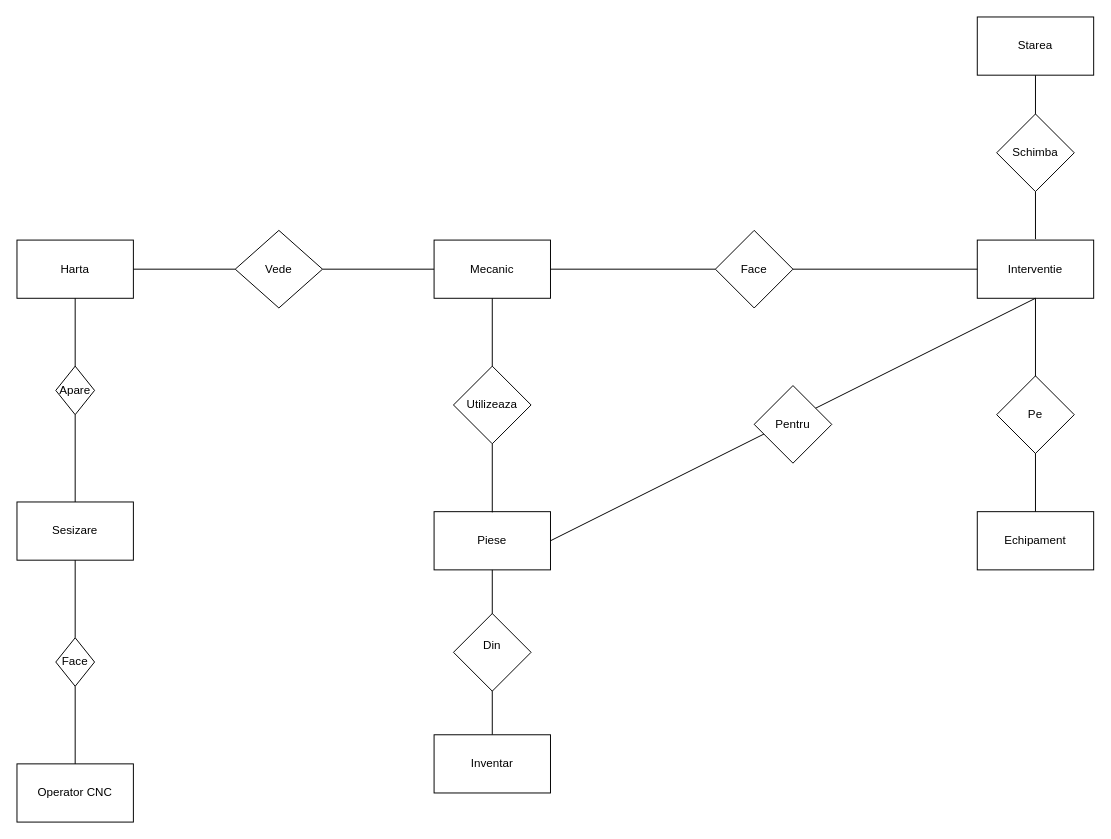
Before: diagrame/draw.io/Diagrama_ER.drawio in nerea-mihut/ingineria_programelor_proiect, a draw.io diagram. Source tidied: cells renumbered, new cells numbered last; positions are measured from the earlier drawing's top-left corner, leaving out a move shared by most shapes. Both pictures are drawn from the tidied source at 97%, with x=0, y=0 at pixel (16, 16).
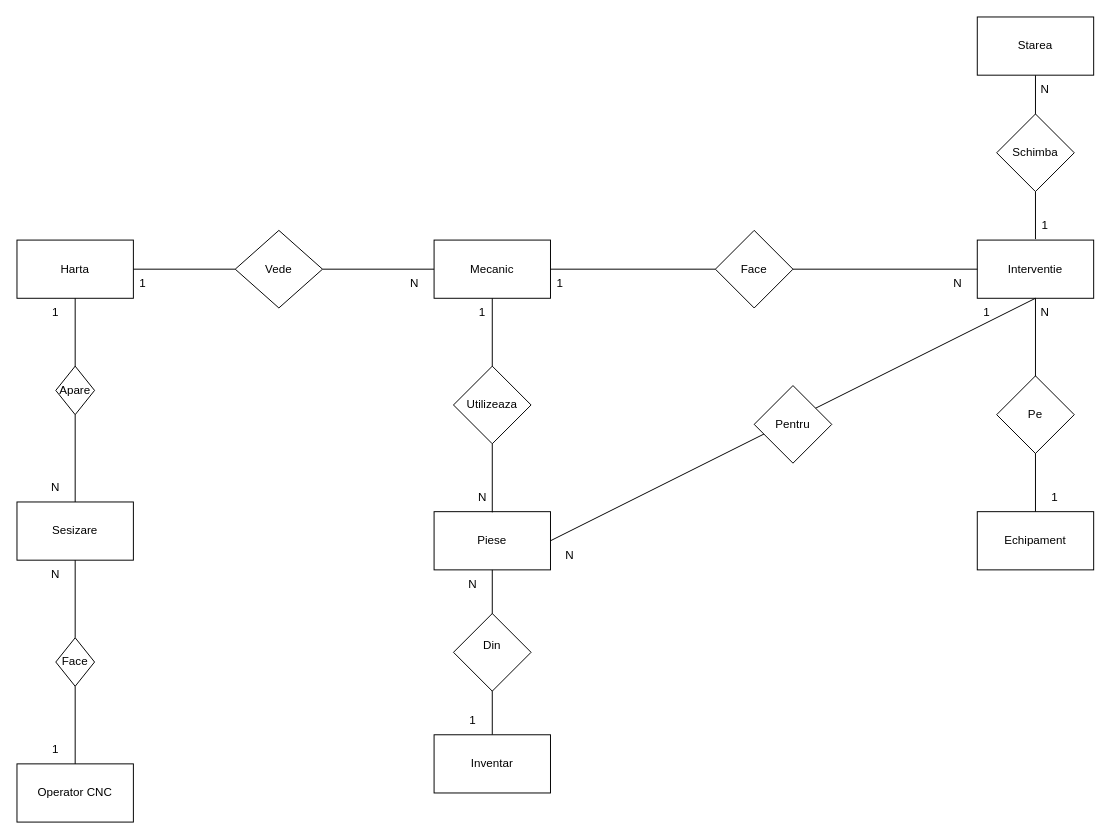
The same diagram, later.

Change to the diagram source:
```diff
@@
+    <mxCell id="35" value="1" style="text;html=1;whiteSpace=wrap;strokeColor=none;fillColor=none;align=center;verticalAlign=middle;rounded=0;" parent="1" vertex="1">
+      <mxGeometry x="10" y="740" width="60" height="30" as="geometry" />
+    </mxCell>
+    <mxCell id="36" value="N" style="text;html=1;whiteSpace=wrap;strokeColor=none;fillColor=none;align=center;verticalAlign=middle;rounded=0;" parent="1" vertex="1">
+      <mxGeometry x="10" y="560" width="60" height="30" as="geometry" />
+    </mxCell>
+    <mxCell id="37" value="N" style="text;html=1;whiteSpace=wrap;strokeColor=none;fillColor=none;align=center;verticalAlign=middle;rounded=0;" parent="1" vertex="1">
+      <mxGeometry x="10" y="470" width="60" height="30" as="geometry" />
+    </mxCell>
+    <mxCell id="38" value="1" style="text;html=1;whiteSpace=wrap;strokeColor=none;fillColor=none;align=center;verticalAlign=middle;rounded=0;" parent="1" vertex="1">
+      <mxGeometry x="10" y="290" width="60" height="30" as="geometry" />
+    </mxCell>
+    <mxCell id="39" value="1" style="text;html=1;whiteSpace=wrap;strokeColor=none;fillColor=none;align=center;verticalAlign=middle;rounded=0;" parent="1" vertex="1">
+      <mxGeometry x="100" y="260" width="60" height="30" as="geometry" />
+    </mxCell>
+    <mxCell id="40" value="N" style="text;html=1;whiteSpace=wrap;strokeColor=none;fillColor=none;align=center;verticalAlign=middle;rounded=0;" parent="1" vertex="1">
+      <mxGeometry x="380" y="260" width="60" height="30" as="geometry" />
+    </mxCell>
+    <mxCell id="41" value="1" style="text;html=1;whiteSpace=wrap;strokeColor=none;fillColor=none;align=center;verticalAlign=middle;rounded=0;" parent="1" vertex="1">
+      <mxGeometry x="450" y="290" width="60" height="30" as="geometry" />
+    </mxCell>
+    <mxCell id="42" value="N" style="text;html=1;whiteSpace=wrap;strokeColor=none;fillColor=none;align=center;verticalAlign=middle;rounded=0;" parent="1" vertex="1">
+      <mxGeometry x="450" y="480" width="60" height="30" as="geometry" />
+    </mxCell>
+    <mxCell id="43" value="1" style="text;html=1;whiteSpace=wrap;strokeColor=none;fillColor=none;align=center;verticalAlign=middle;rounded=0;" parent="1" vertex="1">
+      <mxGeometry x="440" y="710" width="60" height="30" as="geometry" />
+    </mxCell>
+    <mxCell id="44" value="N" style="text;html=1;whiteSpace=wrap;strokeColor=none;fillColor=none;align=center;verticalAlign=middle;rounded=0;" parent="1" vertex="1">
+      <mxGeometry x="540" y="540" width="60" height="30" as="geometry" />
+    </mxCell>
+    <mxCell id="45" value="1" style="text;html=1;whiteSpace=wrap;strokeColor=none;fillColor=none;align=center;verticalAlign=middle;rounded=0;" parent="1" vertex="1">
+      <mxGeometry x="970" y="290" width="60" height="30" as="geometry" />
+    </mxCell>
+    <mxCell id="46" value="1" style="text;html=1;whiteSpace=wrap;strokeColor=none;fillColor=none;align=center;verticalAlign=middle;rounded=0;" parent="1" vertex="1">
+      <mxGeometry x="530" y="260" width="60" height="30" as="geometry" />
+    </mxCell>
+    <mxCell id="47" value="N" style="text;html=1;whiteSpace=wrap;strokeColor=none;fillColor=none;align=center;verticalAlign=middle;rounded=0;" parent="1" vertex="1">
+      <mxGeometry x="940" y="260" width="60" height="30" as="geometry" />
+    </mxCell>
+    <mxCell id="48" value="N" style="text;html=1;whiteSpace=wrap;strokeColor=none;fillColor=none;align=center;verticalAlign=middle;rounded=0;" parent="1" vertex="1">
+      <mxGeometry x="1030" y="290" width="60" height="30" as="geometry" />
+    </mxCell>
+    <mxCell id="49" value="1" style="text;html=1;whiteSpace=wrap;strokeColor=none;fillColor=none;align=center;verticalAlign=middle;rounded=0;" parent="1" vertex="1">
+      <mxGeometry x="1030" y="200" width="60" height="30" as="geometry" />
+    </mxCell>
+    <mxCell id="50" value="N" style="text;html=1;whiteSpace=wrap;strokeColor=none;fillColor=none;align=center;verticalAlign=middle;rounded=0;" parent="1" vertex="1">
+      <mxGeometry x="1030" y="60" width="60" height="30" as="geometry" />
+    </mxCell>
+    <mxCell id="51" value="1" style="text;html=1;whiteSpace=wrap;strokeColor=none;fillColor=none;align=center;verticalAlign=middle;rounded=0;" parent="1" vertex="1">
+      <mxGeometry x="1040" y="480" width="60" height="30" as="geometry" />
+    </mxCell>
+    <mxCell id="52" value="N" style="text;html=1;whiteSpace=wrap;strokeColor=none;fillColor=none;align=center;verticalAlign=middle;rounded=0;" parent="1" vertex="1">
+      <mxGeometry x="440" y="570" width="60" height="30" as="geometry" />
+    </mxCell>
```
